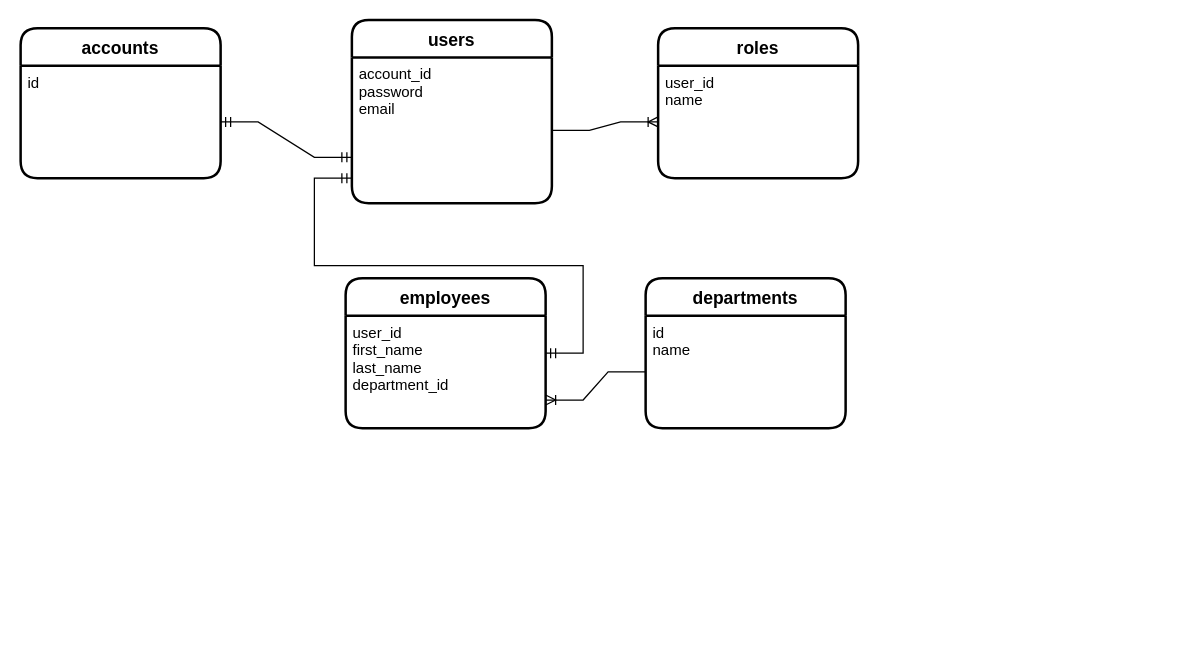
Earlier version of the draw.io diagram Діаграма без назви.drawio (LypchanskyiYurii/Hello). Source tidied: cells renumbered, new cells numbered last; positions are measured from the earlier drawing's top-left corner, leaving out a move shared by most shapes. Both pictures are drawn from the tidied source at 125%, with x=0, y=0 at pixel (20, 20).
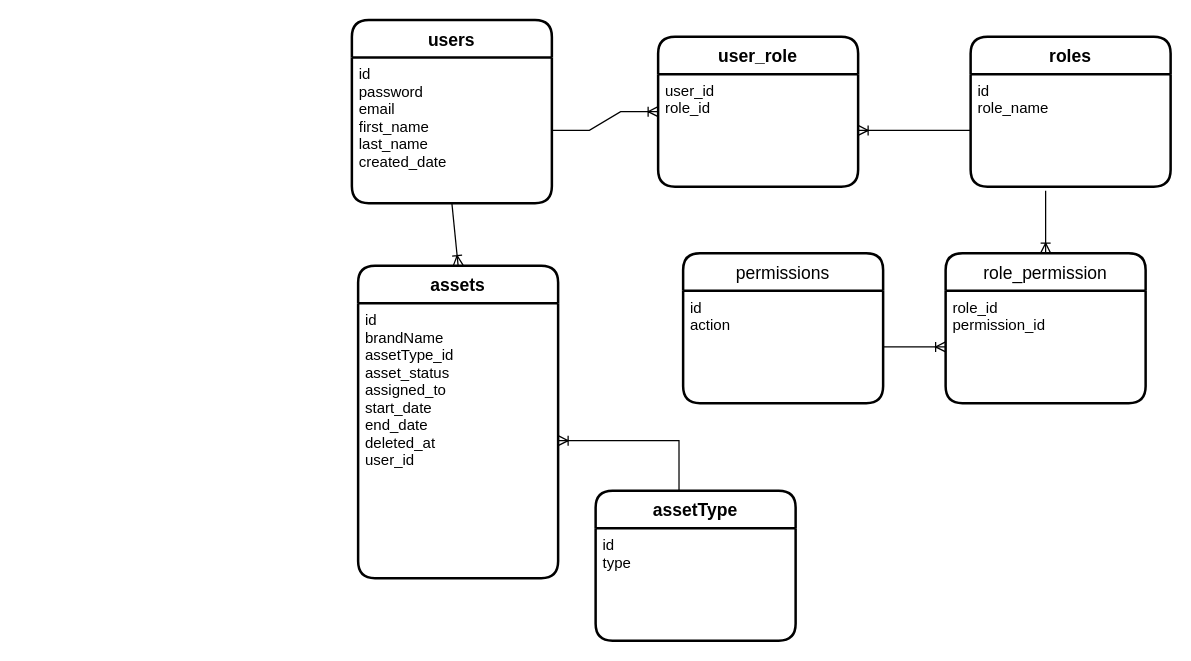
After the change.

Unchanged cells that the change refers to:
```xml
<mxCell id="4" value="users" style="swimlane;horizontal=1;startSize=30;rounded=1;fontSize=14;fontStyle=1;strokeWidth=2;shadow=0;dashed=0;align=center;" parent="1" vertex="1">
  <mxGeometry x="265" y="-0.5" width="160" height="146.5" as="geometry" />
</mxCell>
```

What changed in the source:
```diff
@@
-    <mxCell id="2" value="accounts" style="swimlane;horizontal=1;startSize=30;rounded=1;fontSize=14;fontStyle=1;strokeWidth=2;shadow=0;dashed=0;align=center;" parent="1" vertex="1">
-      <mxGeometry y="6" width="160" height="120" as="geometry" />
-    </mxCell>
-    <mxCell id="3" value="id&#10;&#10;" style="align=left;strokeColor=none;fillColor=none;spacingLeft=4;fontSize=12;verticalAlign=top;" parent="2" vertex="1">
-      <mxGeometry y="30" width="160" height="90" as="geometry" />
-    </mxCell>
@@
-    <mxCell id="5" value="account_id&#10;password&#10;email&#10;&#10;" style="align=left;strokeColor=none;fillColor=none;spacingLeft=4;fontSize=12;verticalAlign=top;" parent="4" vertex="1">
+    <mxCell id="5" value="id&#10;password&#10;email&#10;first_name&#10;last_name&#10;created_date&#10;&#10;" style="align=left;strokeColor=none;fillColor=none;spacingLeft=4;fontSize=12;verticalAlign=top;" parent="4" vertex="1">
       <mxGeometry y="30" width="160" height="116.5" as="geometry" />
     </mxCell>
-    <mxCell id="6" style="edgeStyle=entityRelationEdgeStyle;fontSize=12;html=1;endArrow=ERmandOne;startArrow=ERmandOne;rounded=0;exitX=1;exitY=0.5;exitDx=0;exitDy=0;entryX=0;entryY=0.75;entryDx=0;entryDy=0;" parent="1" edge="1" source="3" target="4">
-      <mxGeometry relative="1" as="geometry" />
-    </mxCell>
     <mxCell id="7" value="roles" style="swimlane;horizontal=1;startSize=30;rounded=1;fontSize=14;fontStyle=1;strokeWidth=2;shadow=0;dashed=0;align=center;" parent="1" vertex="1">
-      <mxGeometry x="510" y="6" width="160" height="120" as="geometry" />
+      <mxGeometry x="760" y="12.8" width="160" height="120" as="geometry" />
     </mxCell>
-    <mxCell id="8" value="user_id&#10;name&#10;" style="align=left;strokeColor=none;fillColor=none;spacingLeft=4;fontSize=12;verticalAlign=top;" parent="7" vertex="1">
+    <mxCell id="8" value="id&#10;role_name&#10;" style="align=left;strokeColor=none;fillColor=none;spacingLeft=4;fontSize=12;verticalAlign=top;" parent="7" vertex="1">
       <mxGeometry y="30" width="160" height="90" as="geometry" />
     </mxCell>
-    <mxCell id="9" value="employees" style="swimlane;horizontal=1;startSize=30;rounded=1;fontSize=14;fontStyle=1;strokeWidth=2;shadow=0;dashed=0;align=center;" parent="1" vertex="1">
-      <mxGeometry x="260" y="206" width="160" height="120" as="geometry" />
-    </mxCell>
-    <mxCell id="10" value="user_id&#10;first_name&#10;last_name&#10;department_id" style="align=left;strokeColor=none;fillColor=none;spacingLeft=4;fontSize=12;verticalAlign=top;" parent="9" vertex="1">
-      <mxGeometry y="30" width="160" height="90" as="geometry" />
-    </mxCell>
-    <mxCell id="11" value="departments" style="swimlane;horizontal=1;startSize=30;rounded=1;fontSize=14;fontStyle=1;strokeWidth=2;shadow=0;dashed=0;align=center;" parent="1" vertex="1">
-      <mxGeometry x="500" y="206" width="160" height="120" as="geometry" />
-    </mxCell>
-    <mxCell id="12" value="id&#10;name&#10;" style="align=left;strokeColor=none;fillColor=none;spacingLeft=4;fontSize=12;verticalAlign=top;" parent="11" vertex="1">
-      <mxGeometry y="30" width="160" height="90" as="geometry" />
-    </mxCell>
-    <mxCell id="13" style="edgeStyle=entityRelationEdgeStyle;fontSize=12;html=1;endArrow=ERoneToMany;rounded=0;entryX=1;entryY=0.75;entryDx=0;entryDy=0;exitX=0;exitY=0.5;exitDx=0;exitDy=0;" parent="1" edge="1" source="12" target="10">
-      <mxGeometry relative="1" as="geometry" />
-    </mxCell>
-    <mxCell id="14" style="edgeStyle=entityRelationEdgeStyle;fontSize=12;html=1;endArrow=ERmandOne;startArrow=ERmandOne;rounded=0;" parent="1" edge="1" source="9">
-      <mxGeometry relative="1" as="geometry">
-        <mxPoint x="265" y="126" as="targetPoint" />
-      </mxGeometry>
-    </mxCell>
+    <mxCell id="16" value="assets" style="swimlane;horizontal=1;startSize=30;rounded=1;fontSize=14;fontStyle=1;strokeWidth=2;shadow=0;dashed=0;align=center;" parent="1" vertex="1">
+      <mxGeometry x="270" y="196" width="160" height="250" as="geometry" />
+    </mxCell>
+    <mxCell id="17" value="id&#10;brandName&#10;assetType_id&#10;asset_status&#10;assigned_to&#10;start_date&#10;end_date&#10;deleted_at&#10;user_id" style="align=left;strokeColor=none;fillColor=none;spacingLeft=4;fontSize=12;verticalAlign=top;" parent="16" vertex="1">
+      <mxGeometry y="30" width="160" height="220" as="geometry" />
+    </mxCell>
+    <mxCell id="18" value="assetType" style="swimlane;horizontal=1;startSize=30;rounded=1;fontSize=14;fontStyle=1;strokeWidth=2;shadow=0;dashed=0;align=center;" parent="1" vertex="1">
+      <mxGeometry x="460" y="376" width="160" height="120" as="geometry" />
+    </mxCell>
+    <mxCell id="19" value="id&#10;type&#10;" style="align=left;strokeColor=none;fillColor=none;spacingLeft=4;fontSize=12;verticalAlign=top;" parent="18" vertex="1">
+      <mxGeometry y="30" width="160" height="90" as="geometry" />
+    </mxCell>
+    <mxCell id="20" style="fontSize=12;html=1;endArrow=ERoneToMany;rounded=0;entryX=0.5;entryY=0;entryDx=0;entryDy=0;exitX=0.5;exitY=1;exitDx=0;exitDy=0;" parent="1" edge="1" source="5" target="16">
+      <mxGeometry relative="1" as="geometry" />
+    </mxCell>
+    <mxCell id="21" style="fontSize=12;html=1;endArrow=ERoneToMany;rounded=0;exitX=0.417;exitY=0.003;exitDx=0;exitDy=0;exitPerimeter=0;edgeStyle=orthogonalEdgeStyle;entryX=1;entryY=0.5;entryDx=0;entryDy=0;" parent="1" edge="1" source="18" target="17">
+      <mxGeometry relative="1" as="geometry" />
+    </mxCell>
-    <mxCell id="15" style="edgeStyle=entityRelationEdgeStyle;fontSize=12;html=1;endArrow=ERoneToMany;rounded=0;entryX=0;entryY=0.5;entryDx=0;entryDy=0;" parent="1" edge="1" source="5" target="8">
+    <mxCell id="15" style="fontSize=12;html=1;endArrow=ERoneToMany;rounded=0;exitX=0;exitY=0.5;exitDx=0;exitDy=0;" parent="1" edge="1" source="8" target="23">
       <mxGeometry relative="1" as="geometry" />
     </mxCell>
+    <mxCell id="22" value="user_role" style="swimlane;horizontal=1;startSize=30;rounded=1;fontSize=14;fontStyle=1;strokeWidth=2;shadow=0;dashed=0;align=center;" parent="1" vertex="1">
+      <mxGeometry x="510" y="12.8" width="160" height="120" as="geometry" />
+    </mxCell>
+    <mxCell id="23" value="user_id&#10;role_id" style="align=left;strokeColor=none;fillColor=none;spacingLeft=4;fontSize=12;verticalAlign=top;" parent="22" vertex="1">
+      <mxGeometry y="30" width="160" height="90" as="geometry" />
+    </mxCell>
+    <mxCell id="24" style="edgeStyle=entityRelationEdgeStyle;fontSize=12;html=1;endArrow=ERoneToMany;rounded=0;entryX=0;entryY=0.5;entryDx=0;entryDy=0;exitX=1;exitY=0.5;exitDx=0;exitDy=0;" parent="1" edge="1" source="5" target="22">
+      <mxGeometry relative="1" as="geometry" />
+    </mxCell>
+    <mxCell id="25" value="permissions" style="swimlane;horizontal=1;startSize=30;rounded=1;fontSize=14;fontStyle=0;strokeWidth=2;shadow=0;dashed=0;align=center;" parent="1" vertex="1">
+      <mxGeometry x="530" y="186" width="160" height="120" as="geometry" />
+    </mxCell>
+    <mxCell id="26" value="id&#10;action" style="align=left;strokeColor=none;fillColor=none;spacingLeft=4;fontSize=12;verticalAlign=top;" parent="25" vertex="1">
+      <mxGeometry y="30" width="160" height="90" as="geometry" />
+    </mxCell>
+    <mxCell id="27" style="edgeStyle=none;rounded=0;orthogonalLoop=1;jettySize=auto;html=1;exitX=0.5;exitY=0;exitDx=0;exitDy=0;" parent="25" edge="1" source="26" target="26">
+      <mxGeometry relative="1" as="geometry" />
+    </mxCell>
+    <mxCell id="28" value="role_permission" style="swimlane;horizontal=1;startSize=30;rounded=1;fontSize=14;fontStyle=0;strokeWidth=2;shadow=0;dashed=0;align=center;" parent="1" vertex="1">
+      <mxGeometry x="740" y="186" width="160" height="120" as="geometry" />
+    </mxCell>
+    <mxCell id="29" value="role_id&#10;permission_id" style="align=left;strokeColor=none;fillColor=none;spacingLeft=4;fontSize=12;verticalAlign=top;" parent="28" vertex="1">
+      <mxGeometry y="30" width="160" height="90" as="geometry" />
+    </mxCell>
+    <mxCell id="30" style="edgeStyle=none;rounded=0;orthogonalLoop=1;jettySize=auto;html=1;exitX=0.5;exitY=0;exitDx=0;exitDy=0;" parent="28" edge="1" source="29" target="29">
+      <mxGeometry relative="1" as="geometry" />
+    </mxCell>
+    <mxCell id="31" style="fontSize=12;html=1;endArrow=ERoneToMany;rounded=0;entryX=0.5;entryY=0;entryDx=0;entryDy=0;exitX=0.375;exitY=1.036;exitDx=0;exitDy=0;exitPerimeter=0;" parent="1" edge="1" source="8" target="28">
+      <mxGeometry relative="1" as="geometry" />
+    </mxCell>
+    <mxCell id="32" style="fontSize=12;html=1;endArrow=ERoneToMany;rounded=0;entryX=0;entryY=0.5;entryDx=0;entryDy=0;exitX=1;exitY=0.5;exitDx=0;exitDy=0;" parent="1" edge="1" source="26" target="29">
+      <mxGeometry relative="1" as="geometry" />
+    </mxCell>
```
